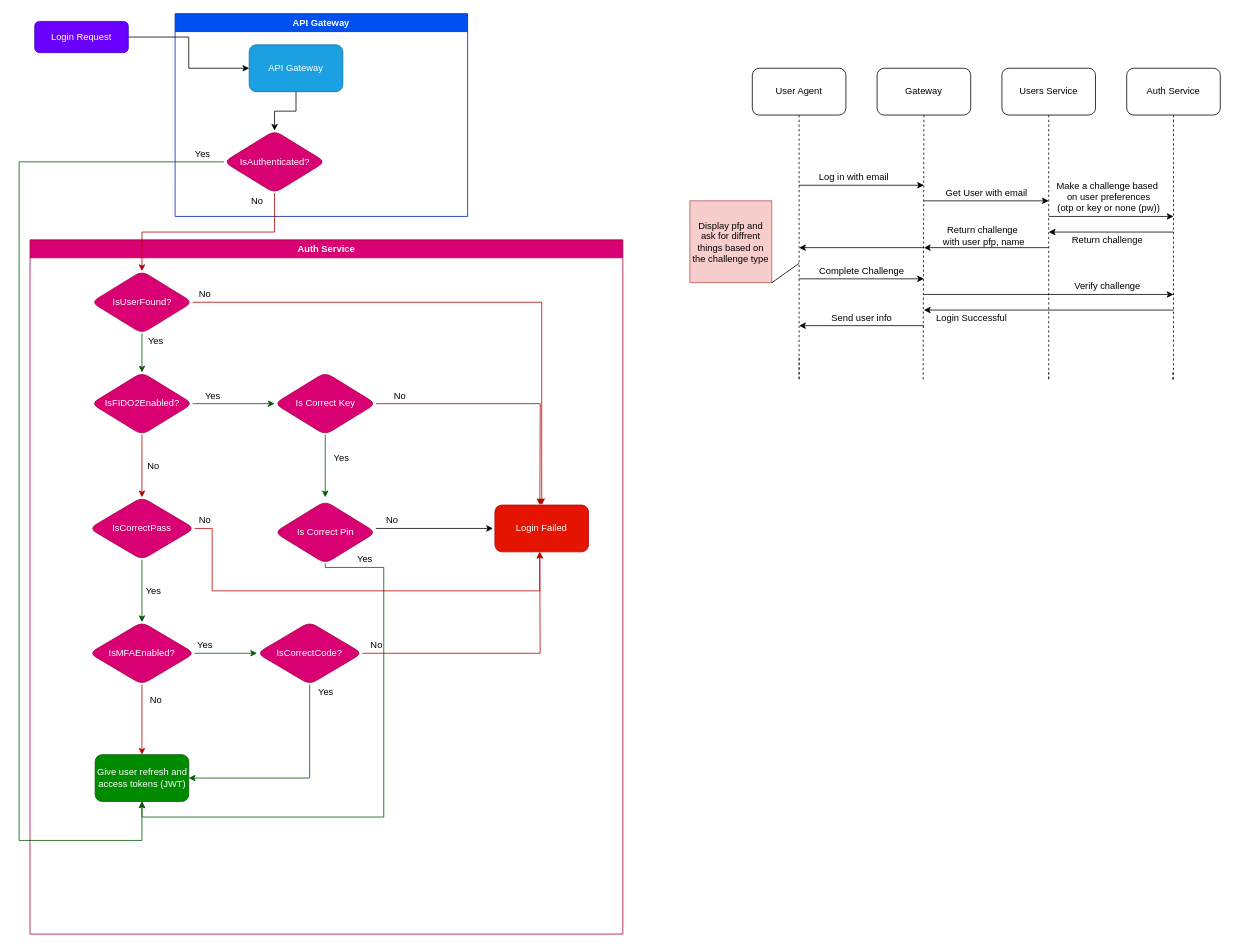
This is login-flow.drawio from rittaschool/diagrams, a draw.io file, before an edit. Source tidied: cells renumbered, new cells numbered last; positions are measured from the earlier drawing's top-left corner, leaving out a move shared by most shapes. Both pictures are drawn from the tidied source at 78%, with x=0, y=0 at pixel (19, 13).
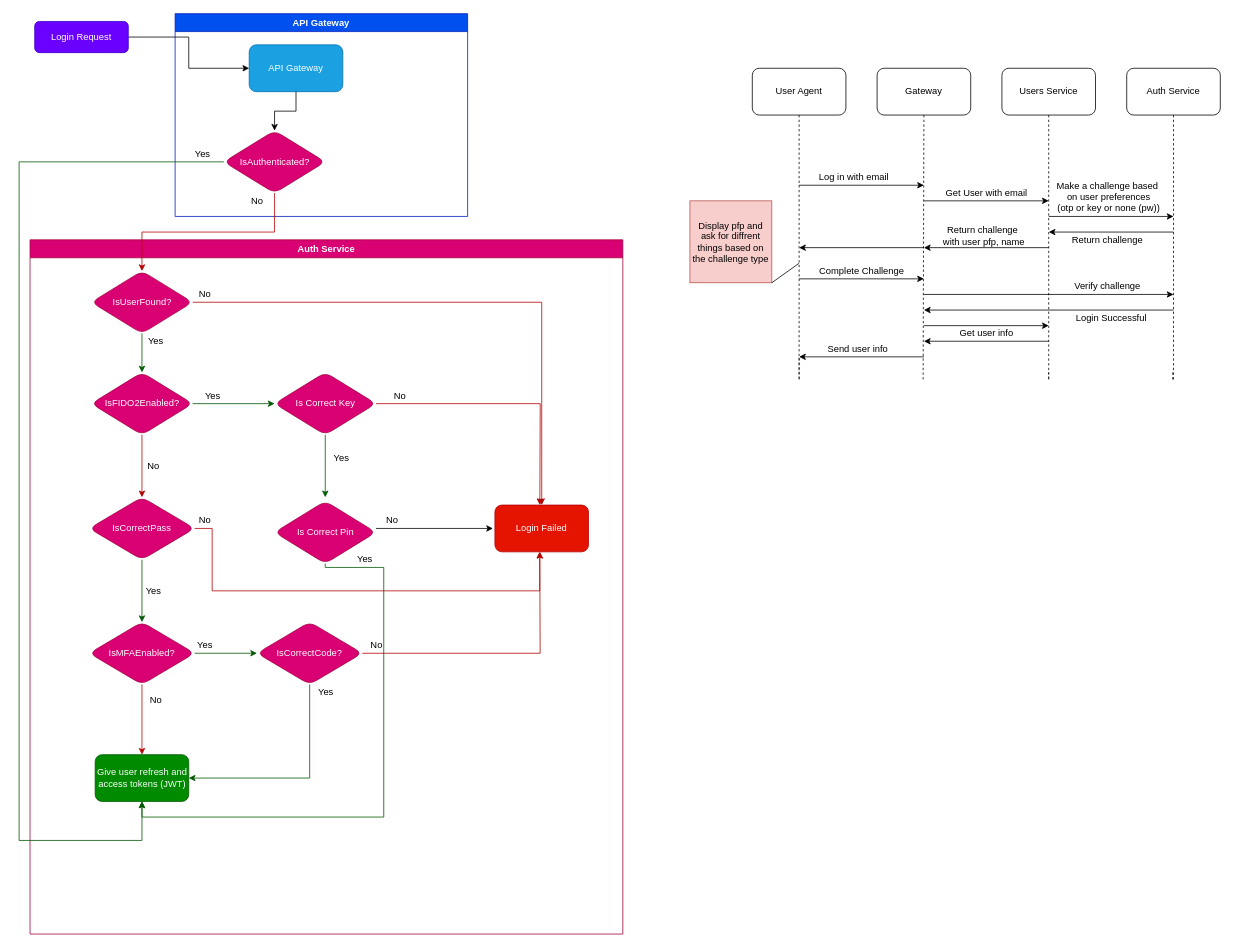
Above is the later version.

Change to the diagram source:
```diff
@@
     <mxCell id="76" value="Login Successful" style="text;html=1;align=center;verticalAlign=middle;strokeColor=none;fillColor=none;" parent="1" vertex="1">
-      <mxGeometry x="1166" y="380" width="110" height="20" as="geometry" />
+      <mxGeometry x="1345" y="380" width="110" height="20" as="geometry" />
     </mxCell>
     <mxCell id="77" style="endArrow=classic;html=1;rounded=0;" parent="1" edge="1">
       <mxGeometry relative="1" as="geometry">
-        <mxPoint x="1160" y="400" as="sourcePoint" />
-        <mxPoint x="1000" y="400" as="targetPoint" />
+        <mxPoint x="1160" y="440" as="sourcePoint" />
+        <mxPoint x="1000" y="440" as="targetPoint" />
       </mxGeometry>
     </mxCell>
     <mxCell id="78" value="Send user info" style="text;html=1;align=center;verticalAlign=middle;strokeColor=none;fillColor=none;" parent="1" vertex="1">
-      <mxGeometry x="1035" y="380" width="90" height="20" as="geometry" />
+      <mxGeometry x="1030" y="420" width="90" height="20" as="geometry" />
     </mxCell>
+    <mxCell id="79" style="endArrow=classic;html=1;rounded=0;" parent="1" edge="1">
+      <mxGeometry relative="1" as="geometry">
+        <mxPoint x="1160" y="400" as="sourcePoint" />
+        <mxPoint x="1320" y="400" as="targetPoint" />
+      </mxGeometry>
+    </mxCell>
+    <mxCell id="80" value="Get user info" style="text;html=1;align=center;verticalAlign=middle;strokeColor=none;fillColor=none;" parent="1" vertex="1">
+      <mxGeometry x="1200" y="400" width="80" height="20" as="geometry" />
+    </mxCell>
+    <mxCell id="81" style="endArrow=classic;html=1;rounded=0;" parent="1" edge="1">
+      <mxGeometry relative="1" as="geometry">
+        <mxPoint x="1320" y="420" as="sourcePoint" />
+        <mxPoint x="1160" y="420" as="targetPoint" />
+      </mxGeometry>
+    </mxCell>
```
